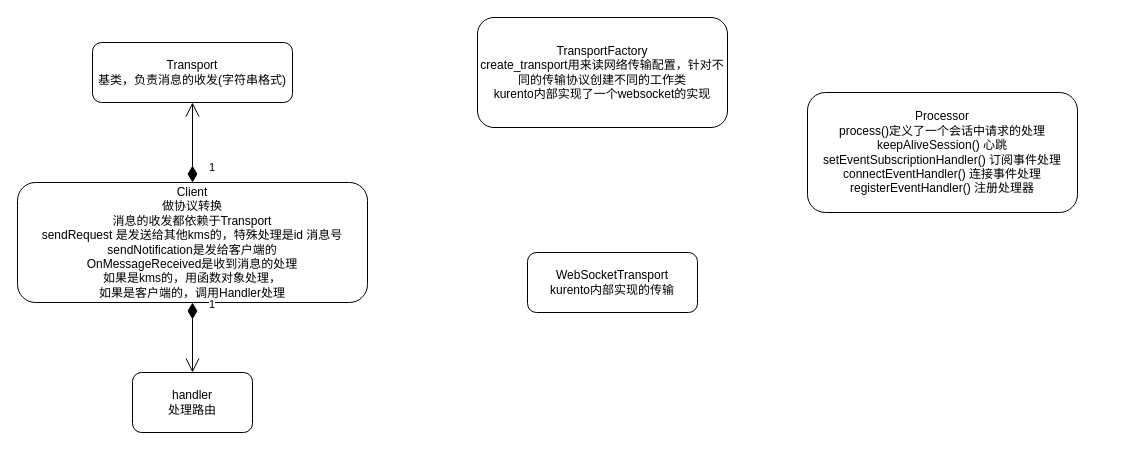
Above: kms源码分析/kms分析文字版本.drawio in 63isOK/conference_graph (draw.io), before the change. Source tidied: cells renumbered, new cells numbered last; positions are measured from the earlier drawing's top-left corner, leaving out a move shared by most shapes. Both pictures are drawn from the tidied source at 100%, with x=0, y=0 at pixel (17, 17).
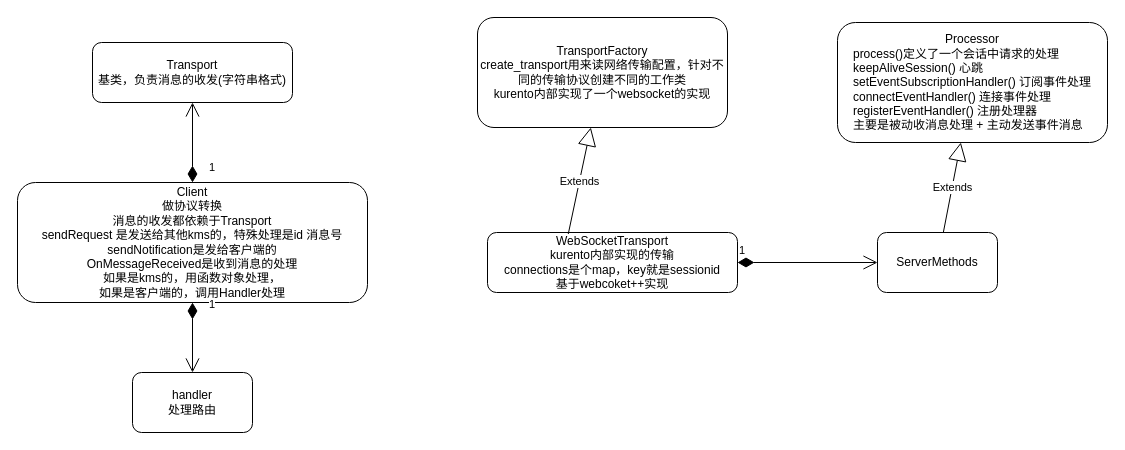
Above is the later version.

Commit message:
更新kms分析文字版本.drawio

Diff of the diagram source:
```diff
@@
 <mxGraphModel>
   <root>
     <mxCell id="0" />
     <mxCell id="1" parent="0" />
     <mxCell id="2" value="&lt;span&gt;Transport&lt;br&gt;基类，负责消息的收发(字符串格式)&lt;br&gt;&lt;/span&gt;" style="rounded=1;whiteSpace=wrap;html=1;" parent="1" vertex="1">
       <mxGeometry x="75" y="25" width="200" height="60" as="geometry" />
     </mxCell>
     <mxCell id="3" value="&lt;span&gt;Client&lt;br&gt;做协议转换&lt;br&gt;消息的收发都依赖于Transport&lt;br&gt;&lt;/span&gt;&lt;span&gt;sendRequest 是发送给其他kms的，特殊处理是id 消息号&lt;br&gt;&lt;/span&gt;&lt;span&gt;sendNotification是发给客户端的&lt;br&gt;&lt;/span&gt;&lt;span&gt;OnMessageReceived是收到消息的处理&lt;br&gt;&lt;/span&gt;&lt;span&gt;如果是kms的，用函数对象处理，&lt;br&gt;如果是客户端的，调用Handler处理&lt;br&gt;&lt;/span&gt;" style="rounded=1;whiteSpace=wrap;html=1;" parent="1" vertex="1">
       <mxGeometry y="165" width="350" height="120" as="geometry" />
     </mxCell>
     <mxCell id="4" value="&lt;span&gt;handler&lt;br&gt;处理路由&lt;br&gt;&lt;/span&gt;" style="rounded=1;whiteSpace=wrap;html=1;" parent="1" vertex="1">
       <mxGeometry x="115" y="355" width="120" height="60" as="geometry" />
     </mxCell>
     <mxCell id="5" value="1" style="endArrow=open;html=1;endSize=12;startArrow=diamondThin;startSize=14;startFill=1;edgeStyle=orthogonalEdgeStyle;align=left;verticalAlign=bottom;exitX=0.5;exitY=0;exitDx=0;exitDy=0;" parent="1" edge="1" source="3" target="2">
       <mxGeometry x="-0.84" y="-15" relative="1" as="geometry" />
     </mxCell>
     <mxCell id="6" value="1" style="endArrow=open;html=1;endSize=12;startArrow=diamondThin;startSize=14;startFill=1;edgeStyle=orthogonalEdgeStyle;align=left;verticalAlign=bottom;" parent="1" edge="1" source="3" target="4">
       <mxGeometry x="-0.7" y="15" relative="1" as="geometry" />
     </mxCell>
     <mxCell id="7" value="&lt;span&gt;TransportFactory&lt;br&gt;create_transport用来读网络传输配置，针对不同的传输协议创建不同的工作类&lt;br&gt;kurento内部实现了一个websocket的实现&lt;br&gt;&lt;/span&gt;" style="rounded=1;whiteSpace=wrap;html=1;" parent="1" vertex="1">
       <mxGeometry x="460" width="250" height="110" as="geometry" />
     </mxCell>
-    <mxCell id="8" value="&lt;span&gt;WebSocketTransport&lt;br&gt;kurento内部实现的传输&lt;br&gt;&lt;/span&gt;" style="rounded=1;whiteSpace=wrap;html=1;" parent="1" vertex="1">
-      <mxGeometry x="510" y="235" width="170" height="60" as="geometry" />
+    <mxCell id="8" value="&lt;span&gt;WebSocketTransport&lt;br&gt;kurento内部实现的传输&lt;br&gt;connections是个map，key就是sessionid&lt;br&gt;基于webcoket++实现&lt;br&gt;&lt;/span&gt;" style="rounded=1;whiteSpace=wrap;html=1;" parent="1" vertex="1">
+      <mxGeometry x="470" y="215" width="250" height="60" as="geometry" />
     </mxCell>
-    <mxCell id="9" value="&lt;span&gt;Processor&lt;br&gt;process()定义了一个会话中请求的处理&lt;br&gt;keepAliveSession() 心跳&lt;br&gt;setEventSubscriptionHandler() 订阅事件处理&lt;br&gt;connectEventHandler() 连接事件处理&lt;br&gt;registerEventHandler() 注册处理器&lt;br&gt;&lt;/span&gt;" style="rounded=1;whiteSpace=wrap;html=1;fontStyle=0;" parent="1" vertex="1">
-      <mxGeometry x="790" y="75" width="270" height="120" as="geometry" />
+    <mxCell id="9" value="&lt;span&gt;Processor&lt;br&gt;&lt;div style=&quot;text-align: left&quot;&gt;&lt;span&gt;process()定义了一个会话中请求的处理&lt;/span&gt;&lt;/div&gt;&lt;div style=&quot;text-align: left&quot;&gt;&lt;span&gt;keepAliveSession() 心跳&lt;/span&gt;&lt;/div&gt;&lt;div style=&quot;text-align: left&quot;&gt;&lt;span&gt;setEventSubscriptionHandler() 订阅事件处理&lt;/span&gt;&lt;/div&gt;&lt;div style=&quot;text-align: left&quot;&gt;&lt;span&gt;connectEventHandler() 连接事件处理&lt;/span&gt;&lt;/div&gt;&lt;div style=&quot;text-align: left&quot;&gt;&lt;span&gt;registerEventHandler() 注册处理器&lt;/span&gt;&lt;/div&gt;&lt;div style=&quot;text-align: left&quot;&gt;主要是被动收消息处理 + 主动发送事件消息&lt;/div&gt;&lt;/span&gt;" style="rounded=1;whiteSpace=wrap;html=1;fontStyle=0;" parent="1" vertex="1">
+      <mxGeometry x="820" y="5" width="270" height="120" as="geometry" />
     </mxCell>
+    <mxCell id="10" value="Extends" style="endArrow=block;endSize=16;endFill=0;html=1;exitX=0.323;exitY=0.025;exitDx=0;exitDy=0;exitPerimeter=0;" parent="1" edge="1" source="8" target="7">
+      <mxGeometry relative="1" as="geometry" />
+    </mxCell>
+    <mxCell id="11" value="Extends" style="endArrow=block;endSize=16;endFill=0;html=1;" parent="1" edge="1" source="12" target="9">
+      <mxGeometry relative="1" as="geometry" />
+    </mxCell>
+    <mxCell id="12" value="&lt;span&gt;ServerMethods&lt;/span&gt;" style="rounded=1;whiteSpace=wrap;html=1;" parent="1" vertex="1">
+      <mxGeometry x="860" y="215" width="120" height="60" as="geometry" />
+    </mxCell>
+    <mxCell id="13" value="1" style="endArrow=open;html=1;endSize=12;startArrow=diamondThin;startSize=14;startFill=1;edgeStyle=orthogonalEdgeStyle;align=left;verticalAlign=bottom;" parent="1" edge="1" source="8" target="12">
+      <mxGeometry x="-1" y="3" relative="1" as="geometry" />
+    </mxCell>
   </root>
 </mxGraphModel>
```
